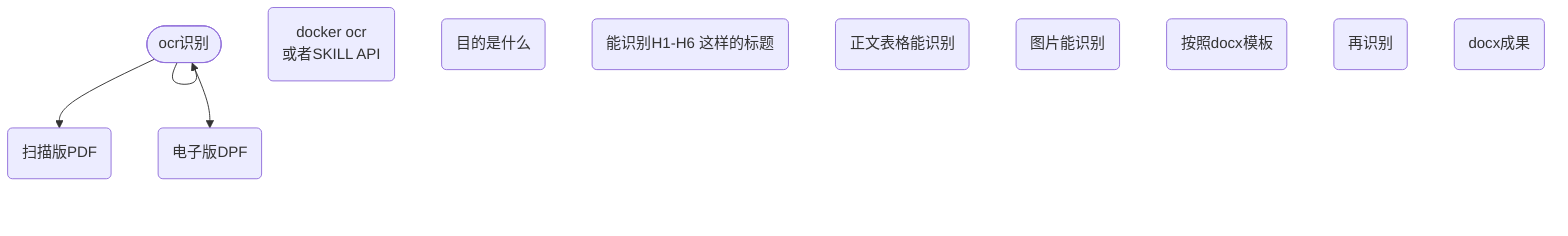
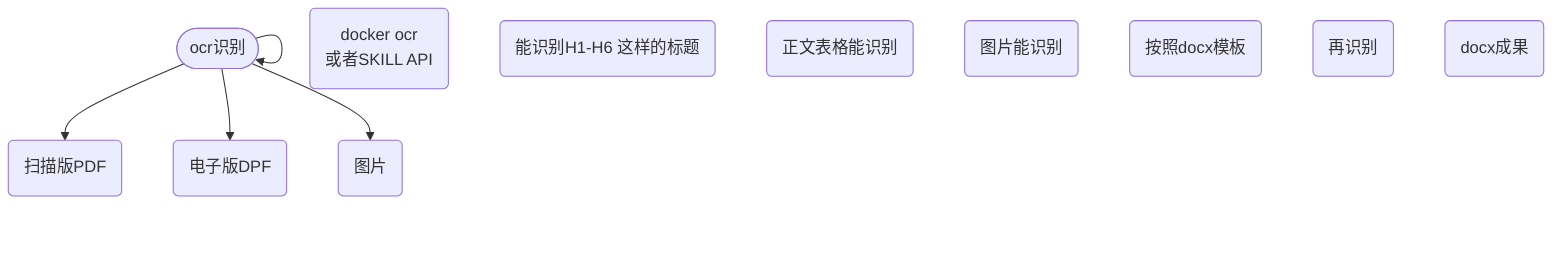
flowchart TD
  n_0(["ocr识别"])
  n_1("扫描版PDF")
  n_2("电子版DPF")
  n_3("docker ocr<br/>或者SKILL API")
-   n_4("目的是什么")
+   n_4("图片")
  n_5("能识别H1-H6 这样的标题")
  n_6("正文表格能识别")
  n_7("图片能识别")
  n_8("按照docx模板")
  n_9("再识别")
  n_10("docx成果")
  n_0 --> n_0
  n_0 --> n_1
  n_0 --> n_2
+   n_0 --> n_4
